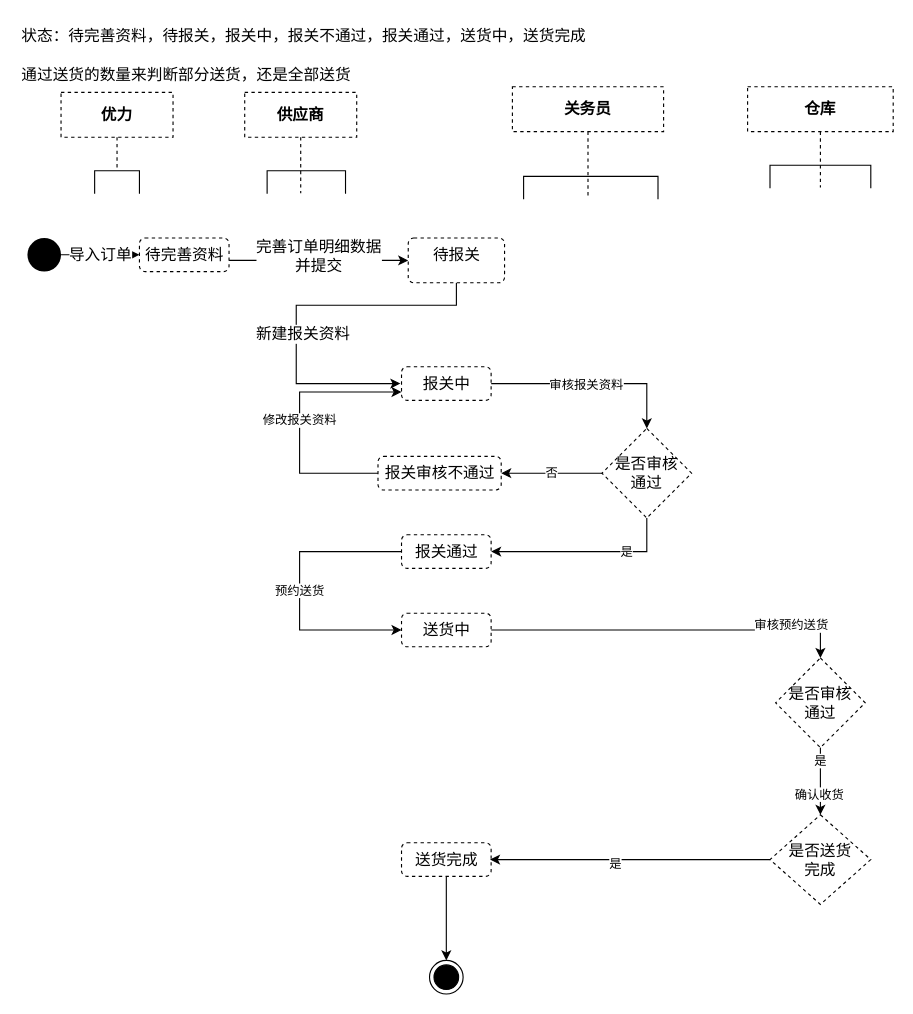
easefulfil/CLOUDCARE keeps this draw.io diagram as page "订单明细状态" (7 of 10) of shrine-doc/进区预约系统.drawio. Above is the earlier version. Source tidied: cells renumbered, new cells numbered last; positions are measured from the earlier drawing's top-left corner, leaving out a move shared by most shapes. Both pictures are drawn from the tidied source at 112%, with x=0, y=0 at pixel (19, 19).
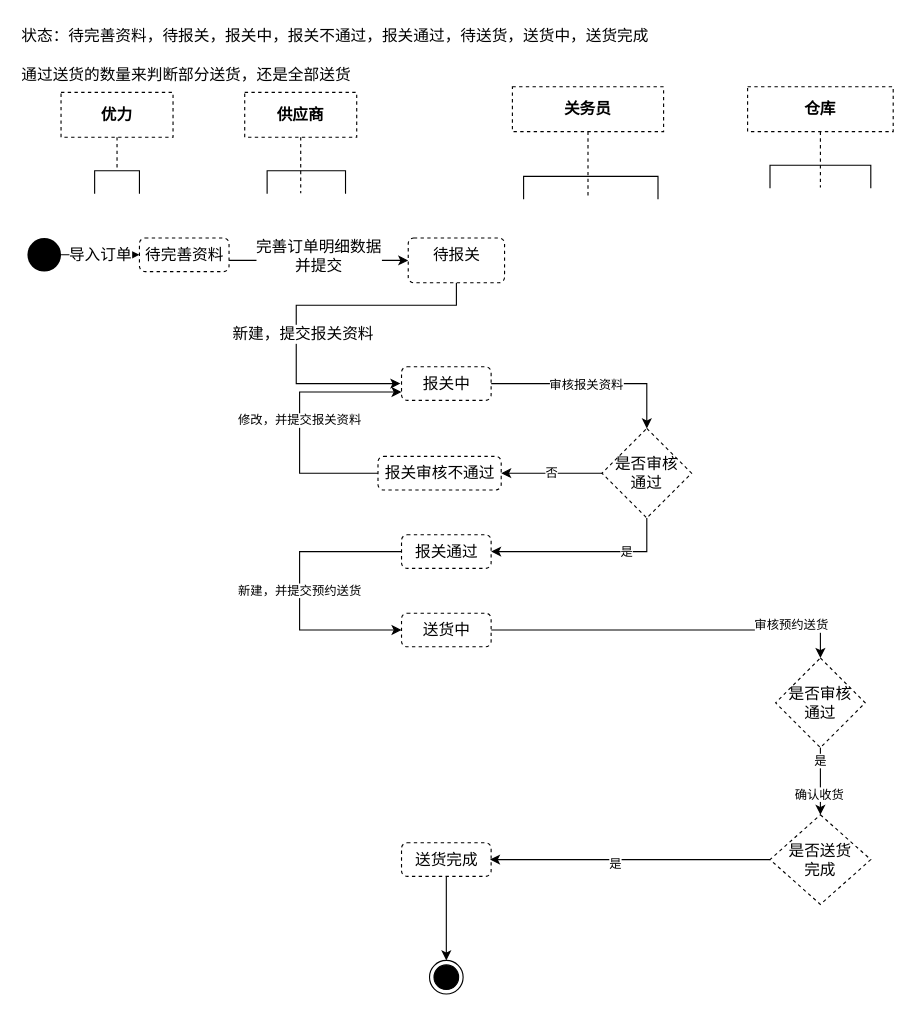
The same page after the edit.

The change refers to these unchanged cells:
```xml
<mxCell id="7" style="edgeStyle=orthogonalEdgeStyle;rounded=0;jettySize=auto;html=1;fontSize=14;exitX=0.5;exitY=1;exitDx=0;exitDy=0;" parent="1" edge="1" source="9">
  <mxGeometry relative="1" as="geometry">
    <mxPoint x="340" y="325" as="targetPoint" />
    <Array as="points">
      <mxPoint x="390" y="255" />
      <mxPoint x="247" y="255" />
      <mxPoint x="247" y="325" />
    </Array>
  </mxGeometry>
</mxCell>
<mxCell id="19" value="报关中" style="html=1;align=center;verticalAlign=top;rounded=1;absoluteArcSize=1;arcSize=10;dashed=1;fontSize=14;" parent="1" vertex="1">
  <mxGeometry x="341" y="310" width="80" height="30" as="geometry" />
</mxCell>
<mxCell id="21" value="报关通过" style="html=1;align=center;verticalAlign=top;rounded=1;absoluteArcSize=1;arcSize=10;dashed=1;fontSize=14;" parent="1" vertex="1">
  <mxGeometry x="341" y="460" width="80" height="30" as="geometry" />
</mxCell>
<mxCell id="26" value="报关审核不通过" style="html=1;align=center;verticalAlign=top;rounded=1;absoluteArcSize=1;arcSize=10;dashed=1;fontSize=14;" parent="1" vertex="1">
  <mxGeometry x="320" y="390" width="110" height="30" as="geometry" />
</mxCell>
<mxCell id="29" value="送货中" style="html=1;align=center;verticalAlign=top;rounded=1;absoluteArcSize=1;arcSize=10;dashed=1;fontSize=14;" parent="1" vertex="1">
  <mxGeometry x="341" y="530" width="80" height="30" as="geometry" />
</mxCell>
```

What changed in the source:
```diff
@@
-    <mxCell id="8" value="新建报关资料" style="edgeLabel;html=1;align=center;verticalAlign=middle;fontSize=14;" parent="7" vertex="1">
+    <mxCell id="8" value="新建，提交报关资料" style="edgeLabel;html=1;align=center;verticalAlign=middle;fontSize=14;" parent="7" vertex="1">
       <mxGeometry x="-0.03" y="4" relative="1" as="geometry">
         <mxPoint y="21" as="offset" />
       </mxGeometry>
     </mxCell>
@@
-    <mxCell id="16" value="&lt;span style=&quot;color: rgb(0 , 0 , 0) ; font-family: &amp;#34;helvetica&amp;#34; ; font-size: 14px ; font-style: normal ; font-weight: 400 ; letter-spacing: normal ; text-align: center ; text-indent: 0px ; text-transform: none ; word-spacing: 0px ; background-color: rgb(255 , 255 , 255) ; display: inline ; float: none&quot;&gt;状态：待完善资料，待报关，报关&lt;/span&gt;&lt;span style=&quot;font-family: &amp;#34;helvetica&amp;#34; ; font-size: 14px ; text-align: center ; background-color: rgb(255 , 255 , 255)&quot;&gt;中，报关不通过，&lt;/span&gt;&lt;span style=&quot;font-family: &amp;#34;helvetica&amp;#34; ; font-size: 14px ; text-align: center ; background-color: rgb(255 , 255 , 255)&quot;&gt;报关通过，送货中，送货完成&lt;br&gt;&lt;br&gt;&lt;/span&gt;&lt;span style=&quot;font-family: &amp;#34;helvetica&amp;#34; ; font-size: 14px ; text-align: center ; background-color: rgb(255 , 255 , 255)&quot;&gt;通过送货的数量来判断部分送货，还是全部送货&lt;/span&gt;&lt;span style=&quot;font-family: &amp;#34;helvetica&amp;#34; ; font-size: 14px ; text-align: center ; background-color: rgb(255 , 255 , 255)&quot;&gt;&lt;br&gt;&lt;br&gt;&lt;/span&gt;&lt;span style=&quot;font-family: &amp;#34;helvetica&amp;#34; ; font-size: 14px ; text-align: center ; background-color: rgb(255 , 255 , 255)&quot;&gt;&lt;br&gt;&lt;/span&gt;" style="text;whiteSpace=wrap;html=1;" parent="1" vertex="1">
+    <mxCell id="16" value="&lt;span style=&quot;color: rgb(0 , 0 , 0) ; font-family: &amp;#34;helvetica&amp;#34; ; font-size: 14px ; font-style: normal ; font-weight: 400 ; letter-spacing: normal ; text-align: center ; text-indent: 0px ; text-transform: none ; word-spacing: 0px ; background-color: rgb(255 , 255 , 255) ; display: inline ; float: none&quot;&gt;状态：待完善资料，待报关，报关&lt;/span&gt;&lt;span style=&quot;font-family: &amp;#34;helvetica&amp;#34; ; font-size: 14px ; text-align: center ; background-color: rgb(255 , 255 , 255)&quot;&gt;中，报关不通过，&lt;/span&gt;&lt;span style=&quot;font-family: &amp;#34;helvetica&amp;#34; ; font-size: 14px ; text-align: center ; background-color: rgb(255 , 255 , 255)&quot;&gt;报关通过，待送货，送货中，送货完成&lt;br&gt;&lt;br&gt;&lt;/span&gt;&lt;span style=&quot;font-family: &amp;#34;helvetica&amp;#34; ; font-size: 14px ; text-align: center ; background-color: rgb(255 , 255 , 255)&quot;&gt;通过送货的数量来判断部分送货，还是全部送货&lt;/span&gt;&lt;span style=&quot;font-family: &amp;#34;helvetica&amp;#34; ; font-size: 14px ; text-align: center ; background-color: rgb(255 , 255 , 255)&quot;&gt;&lt;br&gt;&lt;br&gt;&lt;/span&gt;&lt;span style=&quot;font-family: &amp;#34;helvetica&amp;#34; ; font-size: 14px ; text-align: center ; background-color: rgb(255 , 255 , 255)&quot;&gt;&lt;br&gt;&lt;/span&gt;" style="text;whiteSpace=wrap;html=1;" parent="1" vertex="1">
       <mxGeometry width="780" height="80" as="geometry" />
     </mxCell>
@@
-    <mxCell id="20" value="预约送货" style="edgeStyle=orthogonalEdgeStyle;rounded=0;jettySize=auto;html=1;entryX=0;entryY=0.5;entryDx=0;entryDy=0;" parent="1" edge="1" source="21" target="29">
+    <mxCell id="20" value="新建，并提交预约送货" style="edgeStyle=orthogonalEdgeStyle;rounded=0;jettySize=auto;html=1;entryX=0;entryY=0.5;entryDx=0;entryDy=0;" parent="1" edge="1" source="21" target="29">
       <mxGeometry relative="1" as="geometry">
         <Array as="points">
           <mxPoint x="250" y="475" />
           <mxPoint x="250" y="545" />
         </Array>
       </mxGeometry>
     </mxCell>
@@
-    <mxCell id="25" value="修改报关资料" style="edgeStyle=orthogonalEdgeStyle;rounded=0;jettySize=auto;html=1;entryX=0;entryY=0.75;entryDx=0;entryDy=0;" parent="1" edge="1" source="26" target="19">
+    <mxCell id="25" value="修改，并提交报关资料" style="edgeStyle=orthogonalEdgeStyle;rounded=0;jettySize=auto;html=1;entryX=0;entryY=0.75;entryDx=0;entryDy=0;" parent="1" edge="1" source="26" target="19">
       <mxGeometry relative="1" as="geometry">
         <Array as="points">
           <mxPoint x="250" y="405" />
           <mxPoint x="250" y="333" />
         </Array>
       </mxGeometry>
     </mxCell>
```
